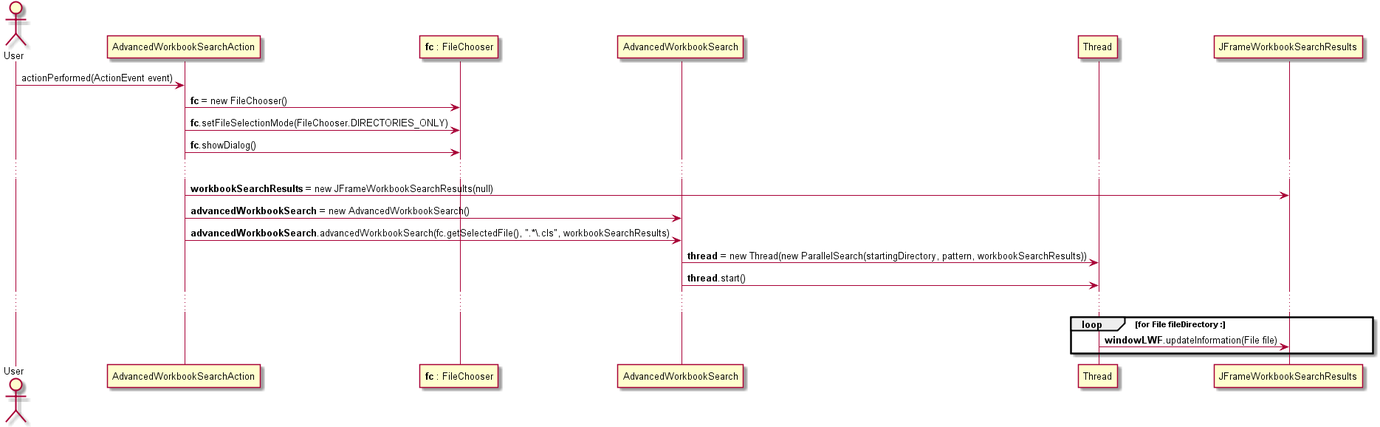
The PlantUML diagram src/csheets/userstories/us068/doc-files/us068_design1.png in BeatrizSeabra/Project_Excel_Java, before a commit.
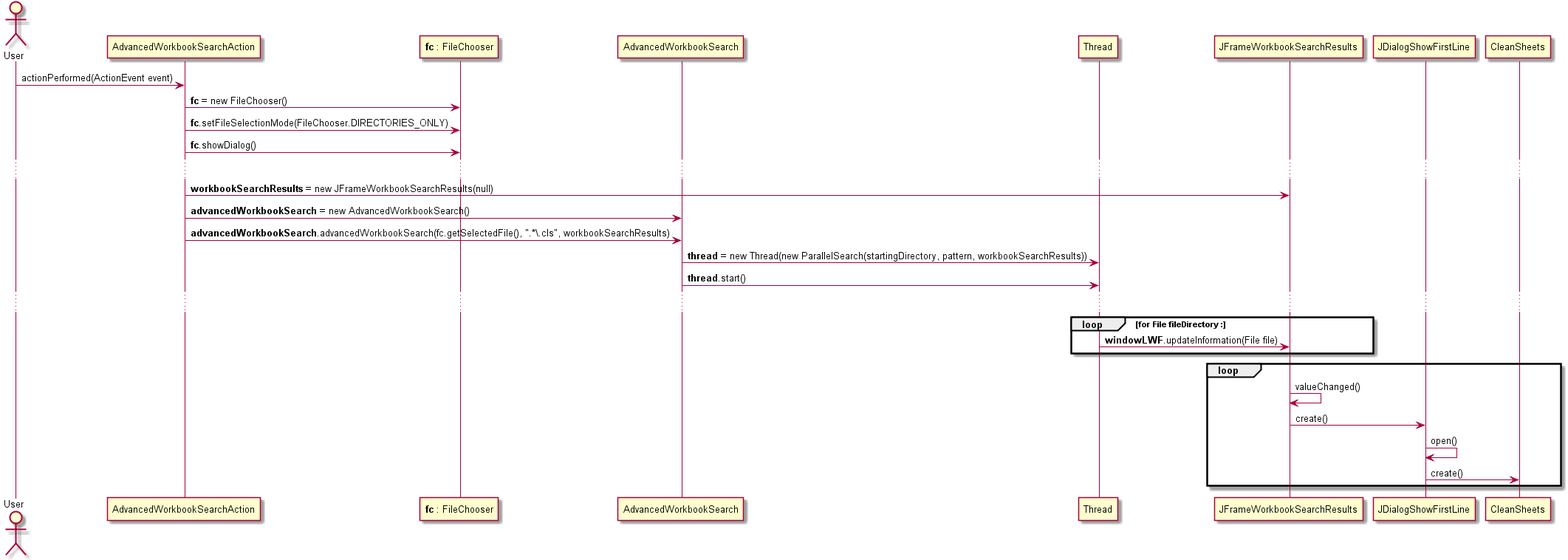
After the change.

What changed in the source:
```diff
@@ -5,6 +5,8 @@
 participant "AdvancedWorkbookSearch" as workbookSearch
 participant Thread as thread
 participant "JFrameWorkbookSearchResults" as window
+participant JDialogShowFirstLine
+participant CleanSheets as cs
 
 
 User -> searchAction: actionPerformed(ActionEvent event)
@@ -22,4 +24,11 @@
 loop for File <b>fileDirectory</b> :
    thread-> window: <b>windowLWF</b>.updateInformation(File file)
 end
+
+loop
+window->window: valueChanged()
+window->JDialogShowFirstLine: create()
+JDialogShowFirstLine->JDialogShowFirstLine: open()
+JDialogShowFirstLine->cs: create()
+end
 @enduml
```
